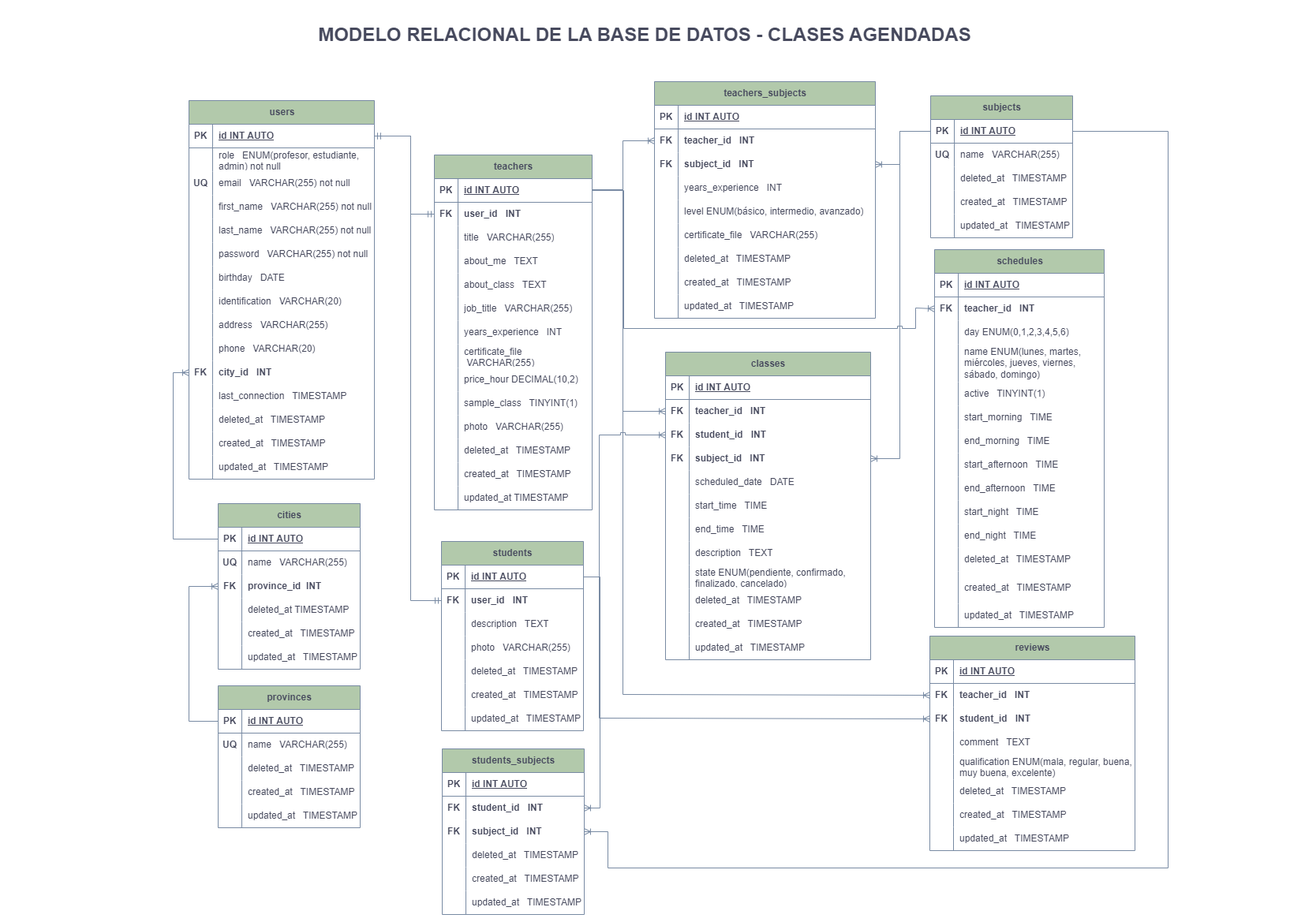
No-Country/c11-08-m-php-angular keeps this draw.io diagram as database/Clases_ModeloE_R.png. Above is the earlier version. Source tidied: cells renumbered, new cells last; positions are measured from the earlier drawing's top-left corner, leaving out a move shared by most shapes.
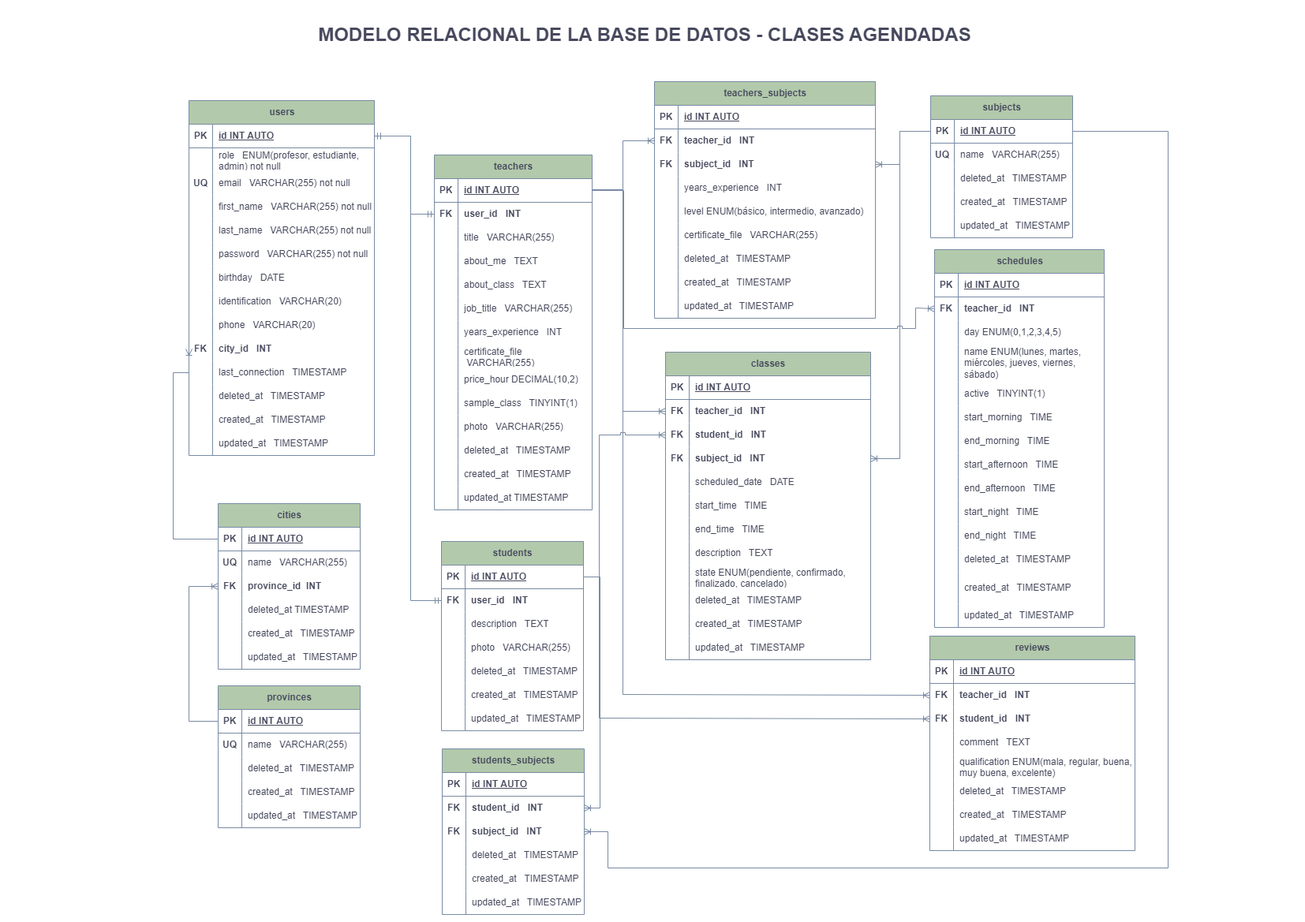
The same file after the commit.

Change to the diagram source:
```diff
@@ -3,7 +3,7 @@
     <mxCell id="0" />
     <mxCell id="1" parent="0" />
     <mxCell id="2" value="users" style="shape=table;startSize=30;rowLines=0;fontStyle=1;align=center;html=1;rounded=0;labelBackgroundColor=none;fillColor=#B2C9AB;strokeColor=#788AA3;fontColor=#46495D;" parent="1" vertex="1">
-      <mxGeometry x="20" y="98" width="235" height="480" as="geometry" />
+      <mxGeometry x="20" y="98" width="235" height="450" as="geometry" />
     </mxCell>
     <mxCell id="3" style="shape=tableRow;horizontal=0;startSize=0;swimlaneHead=0;swimlaneBody=0;fillColor=none;points=[[0,0.5],[1,0.5]];portConstraint=eastwest;top=0;left=0;right=0;bottom=1;rounded=0;labelBackgroundColor=none;strokeColor=#788AA3;fontColor=#46495D;" parent="2" vertex="1">
       <mxGeometry y="30" width="235" height="30" as="geometry" />
@@ -77,17 +77,8 @@
     <mxCell id="26" value="identification&amp;nbsp; &amp;nbsp;VARCHAR(20)" style="shape=partialRectangle;fillColor=none;top=0;left=0;bottom=0;right=0;align=left;spacingLeft=6;overflow=hidden;whiteSpace=wrap;html=1;rounded=0;labelBackgroundColor=none;strokeColor=#788AA3;fontColor=#46495D;" parent="24" vertex="1">
       <mxGeometry x="30" width="205" height="30" as="geometry" />
     </mxCell>
-    <mxCell id="27" style="shape=tableRow;horizontal=0;startSize=0;swimlaneHead=0;swimlaneBody=0;fillColor=none;top=0;left=0;right=0;bottom=0;rounded=0;labelBackgroundColor=none;strokeColor=#788AA3;fontColor=#46495D;" parent="2" vertex="1">
-      <mxGeometry y="270" width="235" height="30" as="geometry" />
-    </mxCell>
-    <mxCell id="28" style="shape=partialRectangle;fillColor=none;top=0;left=0;bottom=0;right=0;overflow=hidden;whiteSpace=wrap;html=1;rounded=0;labelBackgroundColor=none;strokeColor=#788AA3;fontColor=#46495D;" parent="27" vertex="1">
-      <mxGeometry width="30" height="30" as="geometry" />
-    </mxCell>
-    <mxCell id="29" value="address&amp;nbsp; &amp;nbsp;VARCHAR(255)" style="shape=partialRectangle;fillColor=none;top=0;left=0;bottom=0;right=0;align=left;spacingLeft=6;overflow=hidden;whiteSpace=wrap;html=1;rounded=0;labelBackgroundColor=none;strokeColor=#788AA3;fontColor=#46495D;" parent="27" vertex="1">
-      <mxGeometry x="30" width="205" height="30" as="geometry" />
-    </mxCell>
     <mxCell id="30" style="shape=tableRow;horizontal=0;startSize=0;swimlaneHead=0;swimlaneBody=0;fillColor=none;top=0;left=0;right=0;bottom=0;rounded=0;labelBackgroundColor=none;strokeColor=#788AA3;fontColor=#46495D;" parent="2" vertex="1">
-      <mxGeometry y="300" width="235" height="30" as="geometry" />
+      <mxGeometry y="270" width="235" height="30" as="geometry" />
     </mxCell>
     <mxCell id="31" style="shape=partialRectangle;fillColor=none;top=0;left=0;bottom=0;right=0;overflow=hidden;whiteSpace=wrap;html=1;rounded=0;labelBackgroundColor=none;strokeColor=#788AA3;fontColor=#46495D;" parent="30" vertex="1">
       <mxGeometry width="30" height="30" as="geometry" />
@@ -96,7 +87,7 @@
       <mxGeometry x="30" width="205" height="30" as="geometry" />
     </mxCell>
     <mxCell id="33" style="shape=tableRow;horizontal=0;startSize=0;swimlaneHead=0;swimlaneBody=0;fillColor=none;points=[[0,0.5],[1,0.5]];portConstraint=eastwest;top=0;left=0;right=0;bottom=0;rounded=0;labelBackgroundColor=none;strokeColor=#788AA3;fontColor=#46495D;" parent="2" vertex="1">
-      <mxGeometry y="330" width="235" height="30" as="geometry" />
+      <mxGeometry y="300" width="235" height="30" as="geometry" />
     </mxCell>
     <mxCell id="34" value="&lt;b&gt;FK&lt;/b&gt;" style="shape=partialRectangle;fillColor=none;top=0;left=0;bottom=0;right=0;overflow=hidden;whiteSpace=wrap;html=1;rounded=0;labelBackgroundColor=none;strokeColor=#788AA3;fontColor=#46495D;" parent="33" vertex="1">
       <mxGeometry width="30" height="30" as="geometry" />
@@ -105,7 +96,7 @@
       <mxGeometry x="30" width="205" height="30" as="geometry" />
     </mxCell>
     <mxCell id="36" style="shape=tableRow;horizontal=0;startSize=0;swimlaneHead=0;swimlaneBody=0;fillColor=none;top=0;left=0;right=0;bottom=0;rounded=0;labelBackgroundColor=none;strokeColor=#788AA3;fontColor=#46495D;" parent="2" vertex="1">
-      <mxGeometry y="360" width="235" height="30" as="geometry" />
+      <mxGeometry y="330" width="235" height="30" as="geometry" />
     </mxCell>
     <mxCell id="37" style="shape=partialRectangle;fillColor=none;top=0;left=0;bottom=0;right=0;overflow=hidden;whiteSpace=wrap;html=1;rounded=0;labelBackgroundColor=none;strokeColor=#788AA3;fontColor=#46495D;" parent="36" vertex="1">
       <mxGeometry width="30" height="30" as="geometry" />
@@ -114,7 +105,7 @@
       <mxGeometry x="30" width="205" height="30" as="geometry" />
     </mxCell>
     <mxCell id="39" style="shape=tableRow;horizontal=0;startSize=0;swimlaneHead=0;swimlaneBody=0;fillColor=none;top=0;left=0;right=0;bottom=0;rounded=0;labelBackgroundColor=none;strokeColor=#788AA3;fontColor=#46495D;" parent="2" vertex="1">
-      <mxGeometry y="390" width="235" height="30" as="geometry" />
+      <mxGeometry y="360" width="235" height="30" as="geometry" />
     </mxCell>
     <mxCell id="40" style="shape=partialRectangle;fillColor=none;top=0;left=0;bottom=0;right=0;overflow=hidden;whiteSpace=wrap;html=1;rounded=0;labelBackgroundColor=none;strokeColor=#788AA3;fontColor=#46495D;" parent="39" vertex="1">
       <mxGeometry width="30" height="30" as="geometry" />
@@ -123,7 +114,7 @@
       <mxGeometry x="30" width="205" height="30" as="geometry" />
     </mxCell>
     <mxCell id="42" style="shape=tableRow;horizontal=0;startSize=0;swimlaneHead=0;swimlaneBody=0;fillColor=none;top=0;left=0;right=0;bottom=0;rounded=0;labelBackgroundColor=none;strokeColor=#788AA3;fontColor=#46495D;" parent="2" vertex="1">
-      <mxGeometry y="420" width="235" height="30" as="geometry" />
+      <mxGeometry y="390" width="235" height="30" as="geometry" />
     </mxCell>
     <mxCell id="43" style="shape=partialRectangle;fillColor=none;top=0;left=0;bottom=0;right=0;overflow=hidden;whiteSpace=wrap;html=1;rounded=0;labelBackgroundColor=none;strokeColor=#788AA3;fontColor=#46495D;" parent="42" vertex="1">
       <mxGeometry width="30" height="30" as="geometry" />
@@ -132,7 +123,7 @@
       <mxGeometry x="30" width="205" height="30" as="geometry" />
     </mxCell>
     <mxCell id="45" style="shape=tableRow;horizontal=0;startSize=0;swimlaneHead=0;swimlaneBody=0;fillColor=none;top=0;left=0;right=0;bottom=0;rounded=0;labelBackgroundColor=none;strokeColor=#788AA3;fontColor=#46495D;" parent="2" vertex="1">
-      <mxGeometry y="450" width="235" height="30" as="geometry" />
+      <mxGeometry y="420" width="235" height="30" as="geometry" />
     </mxCell>
     <mxCell id="46" style="shape=partialRectangle;fillColor=none;top=0;left=0;bottom=0;right=0;overflow=hidden;whiteSpace=wrap;html=1;rounded=0;labelBackgroundColor=none;strokeColor=#788AA3;fontColor=#46495D;" parent="45" vertex="1">
       <mxGeometry width="30" height="30" as="geometry" />
@@ -837,7 +828,7 @@
     <mxCell id="268" style="shape=partialRectangle;fillColor=none;top=0;left=0;bottom=0;right=0;overflow=hidden;whiteSpace=wrap;html=1;rounded=0;labelBackgroundColor=none;strokeColor=#788AA3;fontColor=#46495D;" parent="267" vertex="1">
       <mxGeometry width="30" height="30" as="geometry" />
     </mxCell>
-    <mxCell id="269" value="day ENUM(0,1,2,3,4,5,6)" style="shape=partialRectangle;fillColor=none;top=0;left=0;bottom=0;right=0;align=left;spacingLeft=6;overflow=hidden;whiteSpace=wrap;html=1;rounded=0;labelBackgroundColor=none;strokeColor=#788AA3;fontColor=#46495D;" parent="267" vertex="1">
+    <mxCell id="269" value="day ENUM(0,1,2,3,4,5)" style="shape=partialRectangle;fillColor=none;top=0;left=0;bottom=0;right=0;align=left;spacingLeft=6;overflow=hidden;whiteSpace=wrap;html=1;rounded=0;labelBackgroundColor=none;strokeColor=#788AA3;fontColor=#46495D;" parent="267" vertex="1">
       <mxGeometry x="30" width="185" height="30" as="geometry" />
     </mxCell>
     <mxCell id="270" style="shape=tableRow;horizontal=0;startSize=0;swimlaneHead=0;swimlaneBody=0;fillColor=none;top=0;left=0;right=0;bottom=0;rounded=0;labelBackgroundColor=none;strokeColor=#788AA3;fontColor=#46495D;" parent="260" vertex="1">
@@ -846,7 +837,7 @@
     <mxCell id="271" style="shape=partialRectangle;fillColor=none;top=0;left=0;bottom=0;right=0;overflow=hidden;whiteSpace=wrap;html=1;rounded=0;labelBackgroundColor=none;strokeColor=#788AA3;fontColor=#46495D;" parent="270" vertex="1">
       <mxGeometry width="30" height="48" as="geometry" />
     </mxCell>
-    <mxCell id="272" value="name ENUM(lunes, martes, miércoles, jueves, viernes, sábado, domingo)" style="shape=partialRectangle;fillColor=none;top=0;left=0;bottom=0;right=0;align=left;spacingLeft=6;overflow=hidden;whiteSpace=wrap;html=1;rounded=0;labelBackgroundColor=none;strokeColor=#788AA3;fontColor=#46495D;" parent="270" vertex="1">
+    <mxCell id="272" value="name ENUM(lunes, martes, miércoles, jueves, viernes, sábado)" style="shape=partialRectangle;fillColor=none;top=0;left=0;bottom=0;right=0;align=left;spacingLeft=6;overflow=hidden;whiteSpace=wrap;html=1;rounded=0;labelBackgroundColor=none;strokeColor=#788AA3;fontColor=#46495D;" parent="270" vertex="1">
       <mxGeometry x="30" width="185" height="48" as="geometry" />
     </mxCell>
     <mxCell id="273" style="shape=tableRow;horizontal=0;startSize=0;swimlaneHead=0;swimlaneBody=0;fillColor=none;top=0;left=0;right=0;bottom=0;rounded=0;labelBackgroundColor=none;strokeColor=#788AA3;fontColor=#46495D;" parent="260" vertex="1">
```
